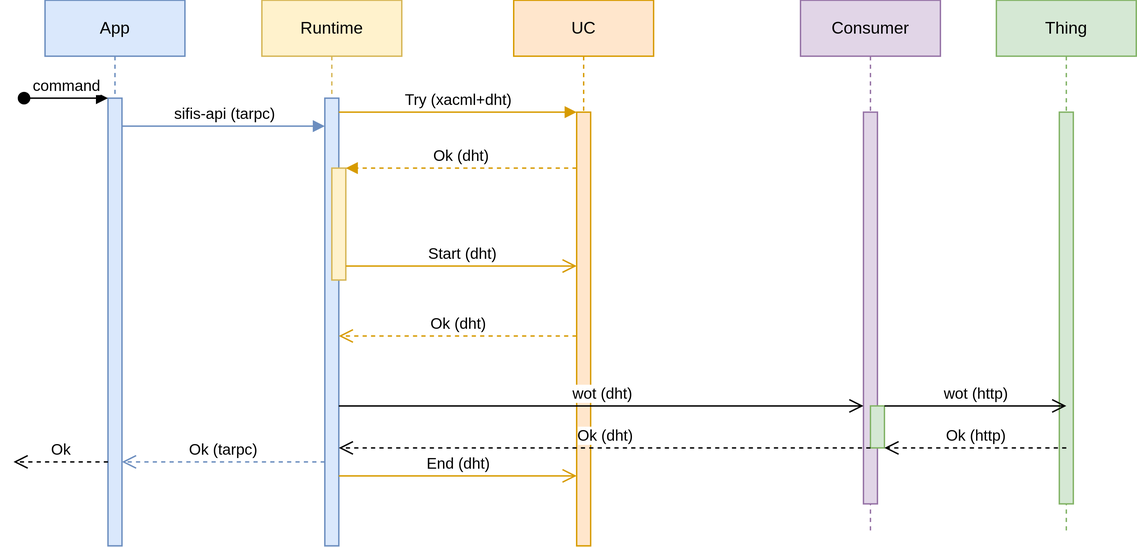
This is assets/sifis-message.drawio.svg from sifis-home/sifis-message, a draw.io export, as it was before one commit. Source tidied: cells renumbered, new cells last; positions are measured from the earlier drawing's top-left corner, leaving out a move shared by most shapes.
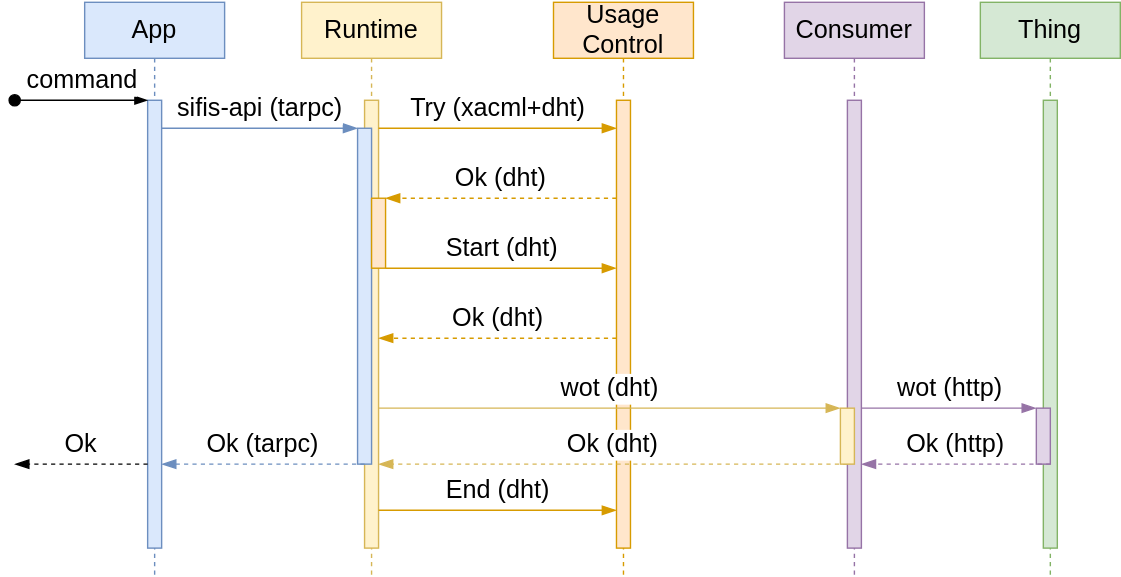
The same diagram one commit later.

Commit message:
doc: Prettify the diagram

Diff of the diagram source:
```diff
@@ -2,136 +2,141 @@
   <root>
     <mxCell id="0" />
     <mxCell id="1" parent="0" />
-    <mxCell id="2" value="Runtime" style="shape=umlLifeline;perimeter=lifelinePerimeter;whiteSpace=wrap;html=1;newEdgeStyle={&quot;edgeStyle&quot;:&quot;elbowEdgeStyle&quot;,&quot;elbow&quot;:&quot;vertical&quot;,&quot;curved&quot;:0,&quot;rounded&quot;:0};fillColor=#fff2cc;strokeColor=#d6b656;" parent="1" vertex="1">
-      <mxGeometry x="177" width="100" height="390" as="geometry" />
+    <mxCell id="2" value="Runtime" style="shape=umlLifeline;perimeter=lifelinePerimeter;whiteSpace=wrap;html=1;newEdgeStyle={&quot;edgeStyle&quot;:&quot;elbowEdgeStyle&quot;,&quot;elbow&quot;:&quot;vertical&quot;,&quot;curved&quot;:0,&quot;rounded&quot;:0};fillColor=#fff2cc;strokeColor=#d6b656;fontSize=18;" parent="1" vertex="1">
+      <mxGeometry x="177" width="100" height="410" as="geometry" />
     </mxCell>
-    <mxCell id="3" style="html=1;points=[];perimeter=orthogonalPerimeter;outlineConnect=0;targetShapes=umlLifeline;portConstraint=eastwest;newEdgeStyle={&quot;edgeStyle&quot;:&quot;elbowEdgeStyle&quot;,&quot;elbow&quot;:&quot;vertical&quot;,&quot;curved&quot;:0,&quot;rounded&quot;:0};fillColor=#dae8fc;strokeColor=#6c8ebf;" parent="2" vertex="1">
+    <mxCell id="3" style="html=1;points=[];perimeter=orthogonalPerimeter;outlineConnect=0;targetShapes=umlLifeline;portConstraint=eastwest;newEdgeStyle={&quot;edgeStyle&quot;:&quot;elbowEdgeStyle&quot;,&quot;elbow&quot;:&quot;vertical&quot;,&quot;curved&quot;:0,&quot;rounded&quot;:0};fillColor=#fff2cc;strokeColor=#d6b656;fontSize=18;" parent="2" vertex="1">
       <mxGeometry x="45" y="70" width="10" height="320" as="geometry" />
     </mxCell>
+    <mxCell id="27" style="html=1;points=[];perimeter=orthogonalPerimeter;outlineConnect=0;targetShapes=umlLifeline;portConstraint=eastwest;newEdgeStyle={&quot;edgeStyle&quot;:&quot;elbowEdgeStyle&quot;,&quot;elbow&quot;:&quot;vertical&quot;,&quot;curved&quot;:0,&quot;rounded&quot;:0};fillColor=#dae8fc;strokeColor=#6c8ebf;fontSize=18;" parent="2" vertex="1">
+      <mxGeometry x="40" y="90" width="10" height="240" as="geometry" />
+    </mxCell>
-    <mxCell id="4" style="html=1;points=[];perimeter=orthogonalPerimeter;outlineConnect=0;targetShapes=umlLifeline;portConstraint=eastwest;newEdgeStyle={&quot;edgeStyle&quot;:&quot;elbowEdgeStyle&quot;,&quot;elbow&quot;:&quot;vertical&quot;,&quot;curved&quot;:0,&quot;rounded&quot;:0};fillColor=#fff2cc;strokeColor=#d6b656;" parent="2" vertex="1">
-      <mxGeometry x="50" y="120" width="10" height="80" as="geometry" />
+    <mxCell id="4" style="html=1;points=[];perimeter=orthogonalPerimeter;outlineConnect=0;targetShapes=umlLifeline;portConstraint=eastwest;newEdgeStyle={&quot;edgeStyle&quot;:&quot;elbowEdgeStyle&quot;,&quot;elbow&quot;:&quot;vertical&quot;,&quot;curved&quot;:0,&quot;rounded&quot;:0};fillColor=#ffe6cc;strokeColor=#d79b00;fontSize=18;" parent="2" vertex="1">
+      <mxGeometry x="50" y="140" width="10" height="50" as="geometry" />
     </mxCell>
-    <mxCell id="5" value="UC" style="shape=umlLifeline;perimeter=lifelinePerimeter;whiteSpace=wrap;html=1;newEdgeStyle={&quot;edgeStyle&quot;:&quot;elbowEdgeStyle&quot;,&quot;elbow&quot;:&quot;vertical&quot;,&quot;curved&quot;:0,&quot;rounded&quot;:0};fillColor=#ffe6cc;strokeColor=#d79b00;" parent="1" vertex="1">
-      <mxGeometry x="357" width="100" height="390" as="geometry" />
+    <mxCell id="5" value="Usage Control" style="shape=umlLifeline;perimeter=lifelinePerimeter;whiteSpace=wrap;html=1;newEdgeStyle={&quot;edgeStyle&quot;:&quot;elbowEdgeStyle&quot;,&quot;elbow&quot;:&quot;vertical&quot;,&quot;curved&quot;:0,&quot;rounded&quot;:0};fillColor=#ffe6cc;strokeColor=#d79b00;fontSize=18;" parent="1" vertex="1">
+      <mxGeometry x="357" width="100" height="410" as="geometry" />
     </mxCell>
-    <mxCell id="6" style="html=1;points=[];perimeter=orthogonalPerimeter;outlineConnect=0;targetShapes=umlLifeline;portConstraint=eastwest;newEdgeStyle={&quot;edgeStyle&quot;:&quot;elbowEdgeStyle&quot;,&quot;elbow&quot;:&quot;vertical&quot;,&quot;curved&quot;:0,&quot;rounded&quot;:0};fillColor=#ffe6cc;strokeColor=#d79b00;" parent="5" vertex="1">
-      <mxGeometry x="45" y="80" width="10" height="310" as="geometry" />
+    <mxCell id="6" style="html=1;points=[];perimeter=orthogonalPerimeter;outlineConnect=0;targetShapes=umlLifeline;portConstraint=eastwest;newEdgeStyle={&quot;edgeStyle&quot;:&quot;elbowEdgeStyle&quot;,&quot;elbow&quot;:&quot;vertical&quot;,&quot;curved&quot;:0,&quot;rounded&quot;:0};fillColor=#ffe6cc;strokeColor=#d79b00;fontSize=18;" parent="5" vertex="1">
+      <mxGeometry x="45" y="70" width="10" height="320" as="geometry" />
     </mxCell>
-    <mxCell id="7" value="Try (xacml+dht)" style="html=1;verticalAlign=bottom;endArrow=block;edgeStyle=elbowEdgeStyle;elbow=vertical;curved=0;rounded=0;fillColor=#ffe6cc;strokeColor=#d79b00;" parent="1" edge="1" source="3" target="6">
+    <mxCell id="7" value="Try (xacml+dht)" style="html=1;verticalAlign=bottom;endArrow=blockThin;edgeStyle=elbowEdgeStyle;elbow=vertical;curved=0;rounded=0;fillColor=#ffe6cc;strokeColor=#d79b00;fontSize=18;endFill=1;endSize=8;" parent="1" edge="1" source="3" target="6">
       <mxGeometry relative="1" as="geometry">
         <Array as="points">
-          <mxPoint x="317" y="80" />
+          <mxPoint x="321" y="90" />
         </Array>
       </mxGeometry>
     </mxCell>
-    <mxCell id="8" value="Ok (dht)" style="html=1;verticalAlign=bottom;endArrow=open;dashed=1;endSize=8;edgeStyle=elbowEdgeStyle;elbow=vertical;curved=0;rounded=0;fillColor=#ffe6cc;strokeColor=#d79b00;" parent="1" edge="1" source="6" target="3">
+    <mxCell id="8" value="Ok (dht)" style="html=1;verticalAlign=bottom;endArrow=blockThin;dashed=1;endSize=8;edgeStyle=elbowEdgeStyle;elbow=vertical;curved=0;rounded=0;fillColor=#ffe6cc;strokeColor=#d79b00;fontSize=18;endFill=1;" parent="1" edge="1" source="6" target="3">
       <mxGeometry relative="1" as="geometry">
         <Array as="points">
           <mxPoint x="327" y="240" />
         </Array>
       </mxGeometry>
     </mxCell>
-    <mxCell id="9" value="Ok (dht)" style="html=1;verticalAlign=bottom;endArrow=block;edgeStyle=elbowEdgeStyle;elbow=vertical;curved=0;rounded=0;dashed=1;fillColor=#ffe6cc;strokeColor=#d79b00;" parent="1" edge="1" source="6" target="4">
+    <mxCell id="9" value="Ok (dht)" style="html=1;verticalAlign=bottom;endArrow=blockThin;edgeStyle=elbowEdgeStyle;elbow=vertical;curved=0;rounded=0;dashed=1;fillColor=#ffe6cc;strokeColor=#d79b00;fontSize=18;endFill=1;endSize=8;" parent="1" edge="1" source="6" target="4">
       <mxGeometry relative="1" as="geometry">
         <Array as="points">
-          <mxPoint x="327" y="120" />
+          <mxPoint x="331" y="140" />
         </Array>
       </mxGeometry>
     </mxCell>
-    <mxCell id="10" value="Start (dht)" style="html=1;verticalAlign=bottom;endArrow=open;endSize=8;edgeStyle=elbowEdgeStyle;elbow=vertical;curved=0;rounded=0;fillColor=#ffe6cc;strokeColor=#d79b00;" parent="1" edge="1" source="4" target="6">
+    <mxCell id="10" value="Start (dht)" style="html=1;verticalAlign=bottom;endArrow=blockThin;endSize=8;edgeStyle=elbowEdgeStyle;elbow=vertical;curved=0;rounded=0;fillColor=#ffe6cc;strokeColor=#d79b00;fontSize=18;endFill=1;" parent="1" edge="1" source="4" target="6">
       <mxGeometry relative="1" as="geometry">
         <Array as="points">
           <mxPoint x="317" y="190" />
         </Array>
       </mxGeometry>
     </mxCell>
-    <mxCell id="11" value="Consumer" style="shape=umlLifeline;perimeter=lifelinePerimeter;whiteSpace=wrap;html=1;newEdgeStyle={&quot;edgeStyle&quot;:&quot;elbowEdgeStyle&quot;,&quot;elbow&quot;:&quot;vertical&quot;,&quot;curved&quot;:0,&quot;rounded&quot;:0};fillColor=#e1d5e7;strokeColor=#9673a6;" parent="1" vertex="1">
-      <mxGeometry x="562" width="100" height="380" as="geometry" />
+    <mxCell id="11" value="Consumer" style="shape=umlLifeline;perimeter=lifelinePerimeter;whiteSpace=wrap;html=1;newEdgeStyle={&quot;edgeStyle&quot;:&quot;elbowEdgeStyle&quot;,&quot;elbow&quot;:&quot;vertical&quot;,&quot;curved&quot;:0,&quot;rounded&quot;:0};fillColor=#e1d5e7;strokeColor=#9673a6;fontSize=18;" parent="1" vertex="1">
+      <mxGeometry x="522" width="100" height="410" as="geometry" />
     </mxCell>
-    <mxCell id="12" style="html=1;points=[];perimeter=orthogonalPerimeter;outlineConnect=0;targetShapes=umlLifeline;portConstraint=eastwest;newEdgeStyle={&quot;edgeStyle&quot;:&quot;elbowEdgeStyle&quot;,&quot;elbow&quot;:&quot;vertical&quot;,&quot;curved&quot;:0,&quot;rounded&quot;:0};fillColor=#e1d5e7;strokeColor=#9673a6;" parent="11" vertex="1">
-      <mxGeometry x="45" y="80" width="10" height="280" as="geometry" />
+    <mxCell id="12" style="html=1;points=[];perimeter=orthogonalPerimeter;outlineConnect=0;targetShapes=umlLifeline;portConstraint=eastwest;newEdgeStyle={&quot;edgeStyle&quot;:&quot;elbowEdgeStyle&quot;,&quot;elbow&quot;:&quot;vertical&quot;,&quot;curved&quot;:0,&quot;rounded&quot;:0};fillColor=#e1d5e7;strokeColor=#9673a6;fontSize=18;" parent="11" vertex="1">
+      <mxGeometry x="45" y="70" width="10" height="320" as="geometry" />
     </mxCell>
-    <mxCell id="13" style="html=1;perimeter=orthogonalPerimeter;targetShapes=umlLifeline;newEdgeStyle={&quot;edgeStyle&quot;:&quot;elbowEdgeStyle&quot;,&quot;elbow&quot;:&quot;vertical&quot;,&quot;curved&quot;:0,&quot;rounded&quot;:0};fillColor=#d5e8d4;strokeColor=#82b366;" parent="11" vertex="1">
-      <mxGeometry x="50" y="290" width="10" height="30" as="geometry" />
-    </mxCell>
-    <mxCell id="14" value="App" style="shape=umlLifeline;perimeter=lifelinePerimeter;whiteSpace=wrap;html=1;newEdgeStyle={&quot;edgeStyle&quot;:&quot;elbowEdgeStyle&quot;,&quot;elbow&quot;:&quot;vertical&quot;,&quot;curved&quot;:0,&quot;rounded&quot;:0};fillColor=#dae8fc;strokeColor=#6c8ebf;" parent="1" vertex="1">
-      <mxGeometry x="22" width="100" height="390" as="geometry" />
+    <mxCell id="14" value="App" style="shape=umlLifeline;perimeter=lifelinePerimeter;whiteSpace=wrap;html=1;newEdgeStyle={&quot;edgeStyle&quot;:&quot;elbowEdgeStyle&quot;,&quot;elbow&quot;:&quot;vertical&quot;,&quot;curved&quot;:0,&quot;rounded&quot;:0};fillColor=#dae8fc;strokeColor=#6c8ebf;fontSize=18;" parent="1" vertex="1">
+      <mxGeometry x="22" width="100" height="410" as="geometry" />
     </mxCell>
-    <mxCell id="15" style="html=1;points=[];perimeter=orthogonalPerimeter;outlineConnect=0;targetShapes=umlLifeline;portConstraint=eastwest;newEdgeStyle={&quot;edgeStyle&quot;:&quot;elbowEdgeStyle&quot;,&quot;elbow&quot;:&quot;vertical&quot;,&quot;curved&quot;:0,&quot;rounded&quot;:0};fillColor=#dae8fc;strokeColor=#6c8ebf;" parent="14" vertex="1">
+    <mxCell id="15" style="html=1;points=[];perimeter=orthogonalPerimeter;outlineConnect=0;targetShapes=umlLifeline;portConstraint=eastwest;newEdgeStyle={&quot;edgeStyle&quot;:&quot;elbowEdgeStyle&quot;,&quot;elbow&quot;:&quot;vertical&quot;,&quot;curved&quot;:0,&quot;rounded&quot;:0};fillColor=#dae8fc;strokeColor=#6c8ebf;fontSize=18;" parent="14" vertex="1">
       <mxGeometry x="45" y="70" width="10" height="320" as="geometry" />
     </mxCell>
-    <mxCell id="16" value="command" style="html=1;verticalAlign=bottom;startArrow=oval;endArrow=block;startSize=8;edgeStyle=elbowEdgeStyle;elbow=vertical;curved=0;rounded=0;" parent="14" edge="1" target="15">
+    <mxCell id="16" value="command" style="html=1;verticalAlign=bottom;startArrow=oval;endArrow=blockThin;startSize=8;edgeStyle=elbowEdgeStyle;elbow=vertical;curved=0;rounded=0;fontSize=18;endFill=1;endSize=7;" parent="14" edge="1" target="15">
       <mxGeometry relative="1" as="geometry">
-        <mxPoint x="-15" y="70" as="sourcePoint" />
+        <mxPoint x="-50" y="70" as="sourcePoint" />
       </mxGeometry>
     </mxCell>
-    <mxCell id="17" value="sifis-api (tarpc)" style="html=1;verticalAlign=bottom;endArrow=block;edgeStyle=elbowEdgeStyle;elbow=vertical;curved=0;rounded=0;fillColor=#dae8fc;strokeColor=#6c8ebf;" parent="1" edge="1" source="15">
+    <mxCell id="17" value="sifis-api (tarpc)" style="html=1;verticalAlign=bottom;endArrow=blockThin;edgeStyle=elbowEdgeStyle;elbow=vertical;curved=0;rounded=0;fillColor=#dae8fc;strokeColor=#6c8ebf;fontSize=18;endFill=1;endSize=8;" parent="1" edge="1" source="15" target="27">
       <mxGeometry relative="1" as="geometry">
-        <mxPoint x="222" y="90" as="targetPoint" />
         <Array as="points">
           <mxPoint x="167" y="90" />
         </Array>
       </mxGeometry>
     </mxCell>
-    <mxCell id="18" value="wot (dht)" style="html=1;verticalAlign=bottom;endArrow=open;endSize=8;edgeStyle=elbowEdgeStyle;elbow=vertical;curved=0;rounded=0;" parent="1" edge="1" target="12">
-      <mxGeometry relative="1" as="geometry">
-        <mxPoint x="232" y="290" as="sourcePoint" />
-        <Array as="points">
-          <mxPoint x="312" y="290" />
-        </Array>
-      </mxGeometry>
-    </mxCell>
-    <mxCell id="19" value="Thing" style="shape=umlLifeline;perimeter=lifelinePerimeter;whiteSpace=wrap;html=1;newEdgeStyle={&quot;edgeStyle&quot;:&quot;elbowEdgeStyle&quot;,&quot;elbow&quot;:&quot;vertical&quot;,&quot;curved&quot;:0,&quot;rounded&quot;:0};fillColor=#d5e8d4;strokeColor=#82b366;" parent="1" vertex="1">
-      <mxGeometry x="702" width="100" height="380" as="geometry" />
+    <mxCell id="19" value="Thing" style="shape=umlLifeline;perimeter=lifelinePerimeter;whiteSpace=wrap;html=1;newEdgeStyle={&quot;edgeStyle&quot;:&quot;elbowEdgeStyle&quot;,&quot;elbow&quot;:&quot;vertical&quot;,&quot;curved&quot;:0,&quot;rounded&quot;:0};fillColor=#d5e8d4;strokeColor=#82b366;fontSize=18;" parent="1" vertex="1">
+      <mxGeometry x="662" width="100" height="410" as="geometry" />
     </mxCell>
-    <mxCell id="20" style="html=1;perimeter=orthogonalPerimeter;targetShapes=umlLifeline;newEdgeStyle={&quot;edgeStyle&quot;:&quot;elbowEdgeStyle&quot;,&quot;elbow&quot;:&quot;vertical&quot;,&quot;curved&quot;:0,&quot;rounded&quot;:0};fillColor=#d5e8d4;strokeColor=#82b366;" parent="19" vertex="1">
-      <mxGeometry x="45" y="80" width="10" height="280" as="geometry" />
+    <mxCell id="20" style="html=1;perimeter=orthogonalPerimeter;targetShapes=umlLifeline;newEdgeStyle={&quot;edgeStyle&quot;:&quot;elbowEdgeStyle&quot;,&quot;elbow&quot;:&quot;vertical&quot;,&quot;curved&quot;:0,&quot;rounded&quot;:0};fillColor=#d5e8d4;strokeColor=#82b366;fontSize=18;" parent="19" vertex="1">
+      <mxGeometry x="45" y="70" width="10" height="320" as="geometry" />
     </mxCell>
+    <mxCell id="28" style="html=1;perimeter=orthogonalPerimeter;targetShapes=umlLifeline;newEdgeStyle={&quot;edgeStyle&quot;:&quot;elbowEdgeStyle&quot;,&quot;elbow&quot;:&quot;vertical&quot;,&quot;curved&quot;:0,&quot;rounded&quot;:0};fillColor=#e1d5e7;strokeColor=#9673a6;fontSize=18;" parent="19" vertex="1">
+      <mxGeometry x="40" y="290" width="10" height="40" as="geometry" />
+    </mxCell>
-    <mxCell id="21" value="wot (http)" style="html=1;verticalAlign=bottom;endArrow=open;endSize=8;edgeStyle=elbowEdgeStyle;elbow=vertical;curved=0;rounded=0;" parent="1" edge="1">
+    <mxCell id="21" value="wot (http)" style="html=1;verticalAlign=bottom;endArrow=blockThin;endSize=8;edgeStyle=elbowEdgeStyle;elbow=vertical;curved=0;rounded=0;fillColor=#e1d5e7;strokeColor=#9673a6;fontSize=18;endFill=1;" parent="1" edge="1" source="12">
       <mxGeometry relative="1" as="geometry">
-        <mxPoint x="622" y="290" as="sourcePoint" />
-        <mxPoint x="752" y="290" as="targetPoint" />
+        <mxPoint x="702" y="290" as="targetPoint" />
         <Array as="points">
-          <mxPoint x="702" y="290" />
+          <mxPoint x="662" y="290" />
         </Array>
       </mxGeometry>
     </mxCell>
-    <mxCell id="22" value="Ok (http)" style="html=1;verticalAlign=bottom;endArrow=open;dashed=1;endSize=8;edgeStyle=elbowEdgeStyle;elbow=vertical;curved=0;rounded=0;" parent="1" edge="1">
+    <mxCell id="22" value="Ok (http)" style="html=1;verticalAlign=bottom;endArrow=blockThin;dashed=1;endSize=8;edgeStyle=elbowEdgeStyle;elbow=vertical;curved=0;rounded=0;fillColor=#e1d5e7;strokeColor=#9673a6;fontSize=18;endFill=1;" parent="1" edge="1" target="12">
       <mxGeometry relative="1" as="geometry">
-        <mxPoint x="752" y="320" as="sourcePoint" />
-        <mxPoint x="622" y="320" as="targetPoint" />
+        <mxPoint x="712" y="330" as="sourcePoint" />
         <Array as="points">
-          <mxPoint x="717" y="320" />
+          <mxPoint x="677" y="330" />
         </Array>
       </mxGeometry>
     </mxCell>
-    <mxCell id="23" value="Ok (dht)" style="html=1;verticalAlign=bottom;endArrow=open;dashed=1;endSize=8;edgeStyle=elbowEdgeStyle;elbow=vertical;curved=0;rounded=0;" parent="1" edge="1" target="3">
+    <mxCell id="23" value="Ok (dht)" style="html=1;verticalAlign=bottom;endArrow=blockThin;dashed=1;endSize=8;edgeStyle=elbowEdgeStyle;elbow=vertical;curved=0;rounded=0;fillColor=#fff2cc;strokeColor=#d6b656;fontSize=18;endFill=1;" parent="1" edge="1" source="12">
       <mxGeometry relative="1" as="geometry">
-        <mxPoint x="612" y="320" as="sourcePoint" />
+        <mxPoint x="232" y="330" as="targetPoint" />
         <Array as="points">
-          <mxPoint x="577" y="320" />
+          <mxPoint x="577" y="330" />
         </Array>
       </mxGeometry>
     </mxCell>
-    <mxCell id="24" value="Ok (tarpc)" style="html=1;verticalAlign=bottom;endArrow=open;dashed=1;endSize=8;edgeStyle=elbowEdgeStyle;elbow=vertical;curved=0;rounded=0;fillColor=#dae8fc;strokeColor=#6c8ebf;" parent="1" edge="1">
+    <mxCell id="24" value="Ok (tarpc)" style="html=1;verticalAlign=bottom;endArrow=blockThin;dashed=1;endSize=8;edgeStyle=elbowEdgeStyle;elbow=vertical;curved=0;rounded=0;fillColor=#dae8fc;strokeColor=#6c8ebf;fontSize=18;endFill=1;" parent="1" edge="1">
       <mxGeometry relative="1" as="geometry">
         <mxPoint x="222" y="330" as="sourcePoint" />
         <mxPoint x="77" y="330" as="targetPoint" />
       </mxGeometry>
     </mxCell>
-    <mxCell id="25" value="End (dht)" style="html=1;verticalAlign=bottom;endArrow=open;endSize=8;edgeStyle=elbowEdgeStyle;elbow=vertical;curved=0;rounded=0;fillColor=#ffe6cc;strokeColor=#d79b00;" parent="1" edge="1" target="6">
+    <mxCell id="25" value="End (dht)" style="html=1;verticalAlign=bottom;endArrow=blockThin;endSize=8;edgeStyle=elbowEdgeStyle;elbow=vertical;curved=0;rounded=0;fillColor=#ffe6cc;strokeColor=#d79b00;fontSize=18;endFill=1;" parent="1" edge="1">
       <mxGeometry relative="1" as="geometry">
-        <mxPoint x="232" y="340" as="sourcePoint" />
+        <mxPoint x="232" y="363" as="sourcePoint" />
+        <mxPoint x="402" y="363" as="targetPoint" />
         <Array as="points">
-          <mxPoint x="312" y="340" />
+          <mxPoint x="312" y="363" />
         </Array>
       </mxGeometry>
     </mxCell>
-    <mxCell id="26" value="Ok" style="html=1;verticalAlign=bottom;endArrow=open;dashed=1;endSize=8;edgeStyle=elbowEdgeStyle;elbow=vertical;curved=0;rounded=0;" parent="1" edge="1">
+    <mxCell id="26" value="Ok" style="html=1;verticalAlign=bottom;endArrow=blockThin;dashed=1;endSize=8;edgeStyle=elbowEdgeStyle;elbow=vertical;curved=0;rounded=0;fontSize=18;endFill=1;" parent="1" edge="1">
       <mxGeometry relative="1" as="geometry">
         <mxPoint x="67" y="330" as="sourcePoint" />
-        <mxPoint x="-0.5" y="330" as="targetPoint" />
+        <mxPoint x="-28" y="330" as="targetPoint" />
       </mxGeometry>
     </mxCell>
+    <mxCell id="29" style="html=1;perimeter=orthogonalPerimeter;targetShapes=umlLifeline;newEdgeStyle={&quot;edgeStyle&quot;:&quot;elbowEdgeStyle&quot;,&quot;elbow&quot;:&quot;vertical&quot;,&quot;curved&quot;:0,&quot;rounded&quot;:0};fillColor=#fff2cc;strokeColor=#d6b656;" parent="1" vertex="1">
+      <mxGeometry x="562" y="290" width="10" height="40" as="geometry" />
+    </mxCell>
+    <mxCell id="18" value="wot (dht)" style="html=1;verticalAlign=bottom;endArrow=blockThin;endSize=8;edgeStyle=elbowEdgeStyle;elbow=vertical;curved=0;rounded=0;fillColor=#fff2cc;strokeColor=#d6b656;fontSize=18;endFill=1;" parent="1" edge="1">
+      <mxGeometry relative="1" as="geometry">
+        <mxPoint x="232" y="290" as="sourcePoint" />
+        <mxPoint x="562" y="290" as="targetPoint" />
+        <Array as="points">
+          <mxPoint x="312" y="290" />
+        </Array>
+      </mxGeometry>
+    </mxCell>
   </root>
 </mxGraphModel>
```
